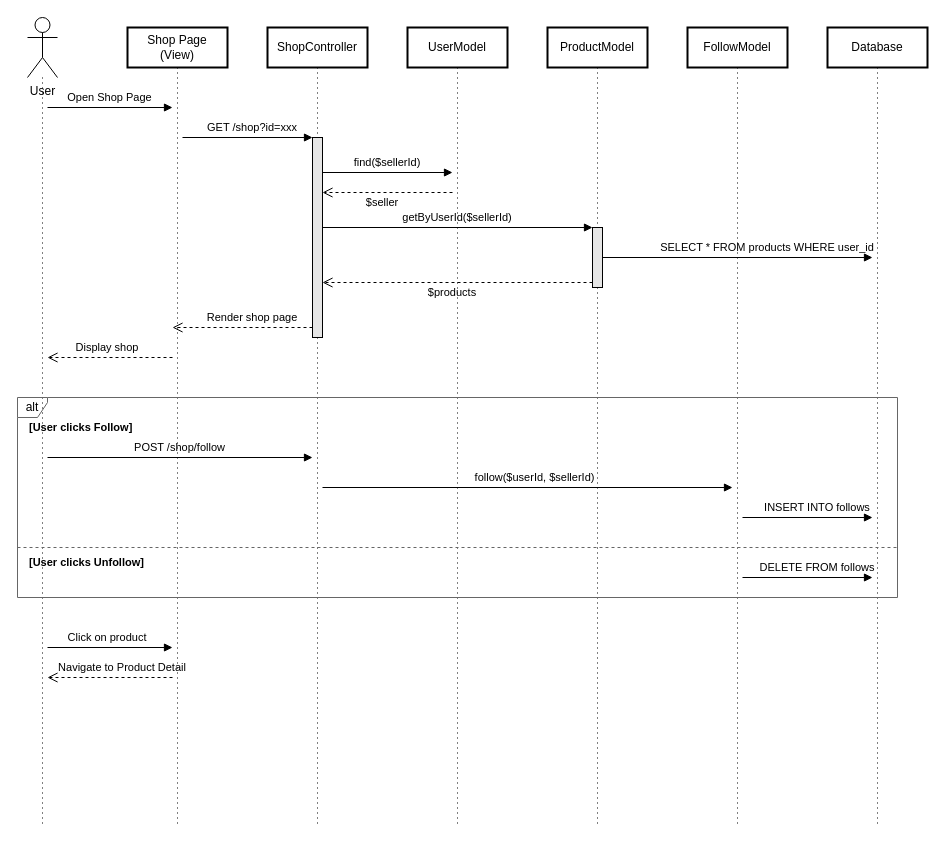
Earlier version of the draw.io diagram docs/diagrams/shop_sequence_diagram.drawio (tdat-dev/UniMarket). Source tidied: cells renumbered, new cells numbered last; positions are measured from the earlier drawing's top-left corner, leaving out a move shared by most shapes. Both pictures are drawn from the tidied source at 100%, with x=0, y=0 at pixel (17, 17).
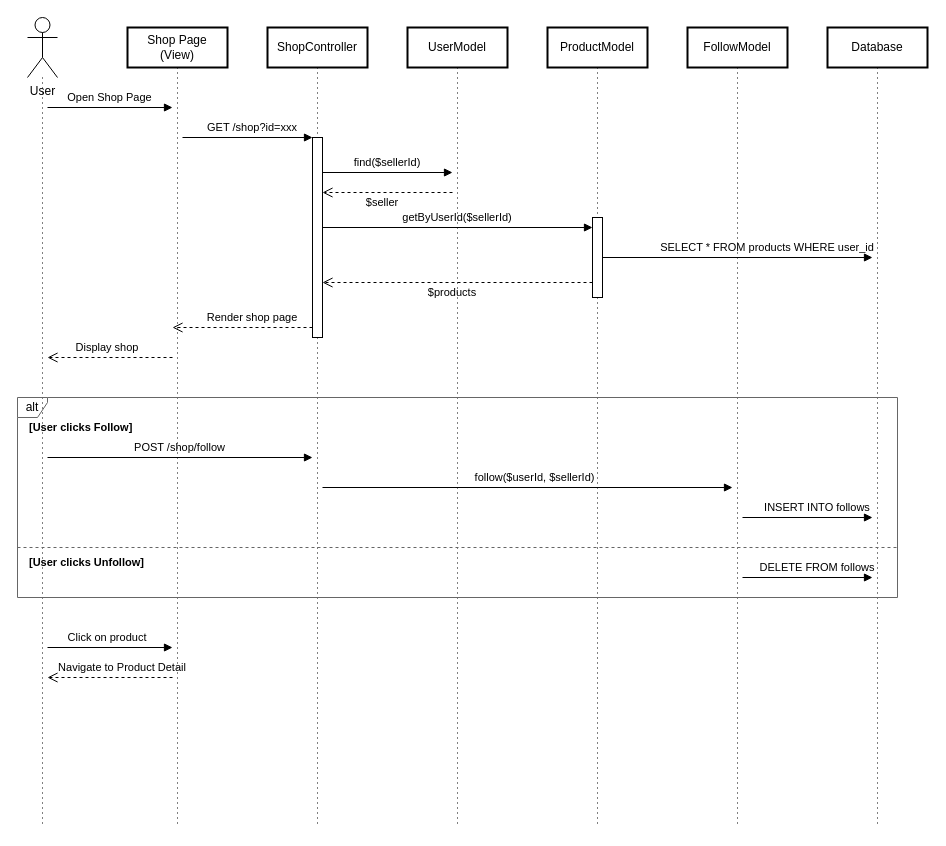
The same page after the edit.

What changed in the source:
```diff
@@
-    <mxCell id="28" style="html=1;verticalAlign=bottom;endArrow=block;curved=0;rounded=0;" parent="1" edge="1">
+    <mxCell id="28" style="html=1;verticalAlign=bottom;endArrow=block;curved=0;rounded=0;" parent="1" edge="1" source="54">
       <mxGeometry relative="1" as="geometry">
-        <mxPoint x="585" y="240" as="sourcePoint" />
         <mxPoint x="855" y="240" as="targetPoint" />
       </mxGeometry>
     </mxCell>
@@
+    <mxCell id="52" style="html=1;perimeter=orthogonalPerimeter;targetShapes=umlLifeline;newEdgeStyle={&quot;curved&quot;:0,&quot;rounded&quot;:0};" parent="1" vertex="1">
+      <mxGeometry x="295" y="120" width="10" height="200" as="geometry" />
+    </mxCell>
+    <mxCell id="53" style="html=1;verticalAlign=bottom;endArrow=block;curved=0;rounded=0;" parent="1" edge="1" target="54">
+      <mxGeometry relative="1" as="geometry">
+        <mxPoint x="585" y="240" as="sourcePoint" />
+      </mxGeometry>
+    </mxCell>
+    <mxCell id="54" style="html=1;points=[[0,0,0,0,5],[0,1,0,0,-5],[1,0,0,0,5],[1,1,0,0,-5]];perimeter=orthogonalPerimeter;outlineConnect=0;targetShapes=umlLifeline;portConstraint=eastwest;newEdgeStyle={&quot;curved&quot;:0,&quot;rounded&quot;:0};" parent="1" vertex="1">
+      <mxGeometry x="575" y="200" width="10" height="80" as="geometry" />
+    </mxCell>
```
